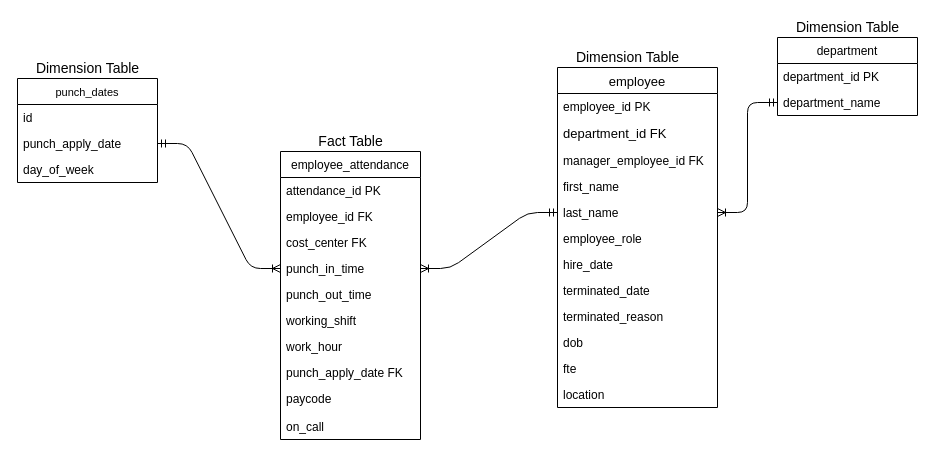
This is assignment-day-1/docs/er-logical.drawio from nischalbadal/data-warehouse-assignments-leapfrog, a draw.io file, before an edit. Source tidied: cells renumbered, new cells numbered last; positions are measured from the earlier drawing's top-left corner, leaving out a move shared by most shapes. Both pictures are drawn from the tidied source at 100%, with x=0, y=0 at pixel (17, 17).
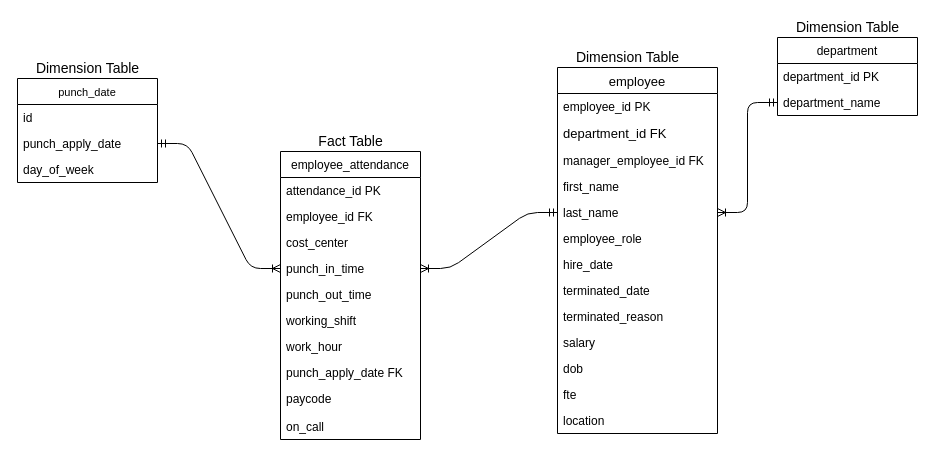
Above is the later version.

Unchanged cells that the change refers to:
```xml
<mxCell id="21" value="employee_attendance" style="swimlane;fontStyle=0;horizontal=1;startSize=26;" parent="1" vertex="1">
  <mxGeometry x="263" y="134" width="140" height="288" as="geometry" />
</mxCell>
```

The edit, as a diff of the source:
```diff
@@
     <mxCell id="5" value="employee" style="swimlane;fontStyle=0;horizontal=1;startSize=26;fontSize=13;" parent="1" vertex="1">
-      <mxGeometry x="540" y="50" width="160" height="340" as="geometry" />
+      <mxGeometry x="540" y="50" width="160" height="366" as="geometry" />
     </mxCell>
@@
+    <mxCell id="40" value="salary" style="text;strokeColor=none;fillColor=none;align=left;verticalAlign=top;spacingLeft=4;spacingRight=4;overflow=hidden;" parent="5" vertex="1">
+      <mxGeometry y="262" width="160" height="26" as="geometry" />
+    </mxCell>
     <mxCell id="15" value="dob" style="text;strokeColor=none;fillColor=none;align=left;verticalAlign=top;spacingLeft=4;spacingRight=4;overflow=hidden;" parent="5" vertex="1">
-      <mxGeometry y="262" width="160" height="26" as="geometry" />
+      <mxGeometry y="288" width="160" height="26" as="geometry" />
     </mxCell>
     <mxCell id="16" value="fte" style="text;strokeColor=none;fillColor=none;align=left;verticalAlign=top;spacingLeft=4;spacingRight=4;overflow=hidden;" parent="5" vertex="1">
-      <mxGeometry y="288" width="160" height="26" as="geometry" />
+      <mxGeometry y="314" width="160" height="26" as="geometry" />
     </mxCell>
     <mxCell id="17" value="location" style="text;strokeColor=none;fillColor=none;align=left;verticalAlign=top;spacingLeft=4;spacingRight=4;overflow=hidden;" parent="5" vertex="1">
-      <mxGeometry y="314" width="160" height="26" as="geometry" />
+      <mxGeometry y="340" width="160" height="26" as="geometry" />
     </mxCell>
@@
-    <mxCell id="24" value="cost_center FK" style="text;strokeColor=none;fillColor=none;align=left;verticalAlign=top;spacingLeft=4;spacingRight=4;overflow=hidden;" parent="21" vertex="1">
+    <mxCell id="24" value="cost_center " style="text;strokeColor=none;fillColor=none;align=left;verticalAlign=top;spacingLeft=4;spacingRight=4;overflow=hidden;" parent="21" vertex="1">
       <mxGeometry y="78" width="140" height="26" as="geometry" />
     </mxCell>
@@
-    <mxCell id="34" value="punch_dates" style="swimlane;fontStyle=0;horizontal=1;startSize=26;fontSize=11;" parent="1" vertex="1">
+    <mxCell id="34" value="punch_date" style="swimlane;fontStyle=0;horizontal=1;startSize=26;fontSize=11;" parent="1" vertex="1">
       <mxGeometry y="61" width="140" height="104" as="geometry" />
     </mxCell>
```
